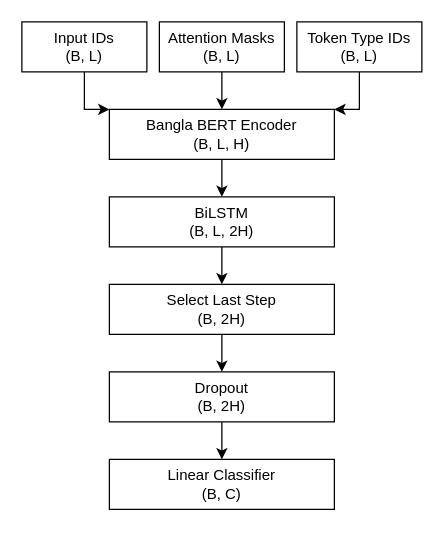
Before: bertlstm.drawio in oitik/drawio, a draw.io diagram. Source tidied: cells renumbered, new cells numbered last; positions are measured from the earlier drawing's top-left corner, leaving out a move shared by most shapes. Both pictures are drawn from the tidied source at 125%, with x=0, y=0 at pixel (21, 21).
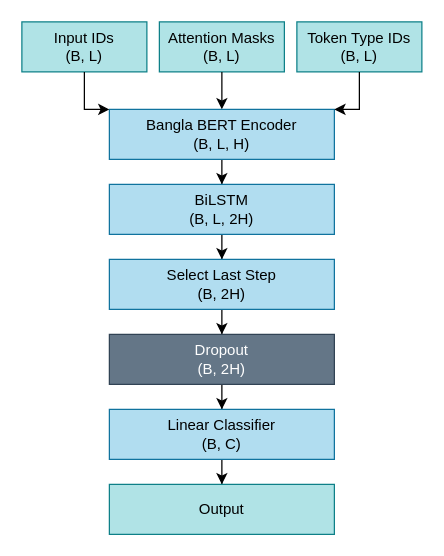
After the change.

What changed in the source:
```diff
@@
-    <mxCell id="2" value="Input IDs&lt;div&gt;(B, L)&lt;/div&gt;" style="rounded=0;whiteSpace=wrap;html=1;" parent="1" vertex="1">
+    <mxCell id="2" value="Input IDs&lt;div&gt;(B, L)&lt;/div&gt;" style="rounded=0;whiteSpace=wrap;html=1;fillColor=#b0e3e6;strokeColor=#0e8088;" parent="1" vertex="1">
       <mxGeometry width="100" height="40" as="geometry" />
     </mxCell>
@@
-    <mxCell id="4" value="Bangla BERT Encoder&lt;div&gt;(B, L, H)&lt;/div&gt;" style="rounded=0;whiteSpace=wrap;html=1;" parent="1" vertex="1">
+    <mxCell id="4" value="Bangla BERT Encoder&lt;div&gt;(B, L, H)&lt;/div&gt;" style="rounded=0;whiteSpace=wrap;html=1;fillColor=#b1ddf0;strokeColor=#10739e;" parent="1" vertex="1">
       <mxGeometry x="70" y="70" width="180" height="40" as="geometry" />
     </mxCell>
@@
-    <mxCell id="6" value="BiLSTM&lt;div&gt;(B, L, 2H)&lt;/div&gt;" style="rounded=0;whiteSpace=wrap;html=1;" parent="1" vertex="1">
-      <mxGeometry x="70" y="140" width="180" height="40" as="geometry" />
+    <mxCell id="6" value="BiLSTM&lt;div&gt;(B, L, 2H)&lt;/div&gt;" style="rounded=0;whiteSpace=wrap;html=1;fillColor=#b1ddf0;strokeColor=#10739e;" parent="1" vertex="1">
+      <mxGeometry x="70" y="130" width="180" height="40" as="geometry" />
     </mxCell>
@@
-    <mxCell id="8" value="&lt;div&gt;Select Last Step&lt;/div&gt;&lt;div&gt;(B, 2H)&lt;/div&gt;" style="rounded=0;whiteSpace=wrap;html=1;" parent="1" vertex="1">
-      <mxGeometry x="70" y="210" width="180" height="40" as="geometry" />
+    <mxCell id="8" value="&lt;div&gt;Select Last Step&lt;/div&gt;&lt;div&gt;(B, 2H)&lt;/div&gt;" style="rounded=0;whiteSpace=wrap;html=1;fillColor=#b1ddf0;strokeColor=#10739e;" parent="1" vertex="1">
+      <mxGeometry x="70" y="190" width="180" height="40" as="geometry" />
     </mxCell>
@@
-    <mxCell id="10" value="&lt;div&gt;Dropout&lt;/div&gt;&lt;div&gt;(B, 2H)&lt;br&gt;&lt;/div&gt;" style="rounded=0;whiteSpace=wrap;html=1;" parent="1" vertex="1">
-      <mxGeometry x="70" y="280" width="180" height="40" as="geometry" />
+    <mxCell id="10" value="&lt;div&gt;Dropout&lt;/div&gt;&lt;div&gt;(B, 2H)&lt;br&gt;&lt;/div&gt;" style="rounded=0;whiteSpace=wrap;html=1;fillColor=#647687;fontColor=#ffffff;strokeColor=#314354;" parent="1" vertex="1">
+      <mxGeometry x="70" y="250" width="180" height="40" as="geometry" />
     </mxCell>
+    <mxCell id="17" style="edgeStyle=orthogonalEdgeStyle;rounded=0;jettySize=auto;html=1;" parent="1" edge="1" source="11" target="18">
+      <mxGeometry relative="1" as="geometry" />
+    </mxCell>
-    <mxCell id="11" value="&lt;div&gt;Linear Classifier&lt;/div&gt;&lt;div&gt;(B, C)&lt;br&gt;&lt;/div&gt;" style="rounded=0;whiteSpace=wrap;html=1;" parent="1" vertex="1">
-      <mxGeometry x="70" y="350" width="180" height="40" as="geometry" />
+    <mxCell id="11" value="&lt;div&gt;Linear Classifier&lt;/div&gt;&lt;div&gt;(B, C)&lt;br&gt;&lt;/div&gt;" style="rounded=0;whiteSpace=wrap;html=1;fillColor=#b1ddf0;strokeColor=#10739e;" parent="1" vertex="1">
+      <mxGeometry x="70" y="310" width="180" height="40" as="geometry" />
     </mxCell>
-    <mxCell id="12" value="Token Type IDs&lt;div&gt;(B, L)&lt;/div&gt;" style="rounded=0;whiteSpace=wrap;html=1;" parent="1" vertex="1">
+    <mxCell id="12" value="Token Type IDs&lt;div&gt;(B, L)&lt;/div&gt;" style="rounded=0;whiteSpace=wrap;html=1;fillColor=#b0e3e6;strokeColor=#0e8088;" parent="1" vertex="1">
       <mxGeometry x="220" width="100" height="40" as="geometry" />
     </mxCell>
-    <mxCell id="13" value="&lt;div&gt;Attention Masks&lt;/div&gt;&lt;div&gt;(B, L)&lt;/div&gt;" style="rounded=0;whiteSpace=wrap;html=1;" parent="1" vertex="1">
+    <mxCell id="13" value="&lt;div&gt;Attention Masks&lt;/div&gt;&lt;div&gt;(B, L)&lt;/div&gt;" style="rounded=0;whiteSpace=wrap;html=1;fillColor=#b0e3e6;strokeColor=#0e8088;" parent="1" vertex="1">
       <mxGeometry x="110" width="100" height="40" as="geometry" />
     </mxCell>
@@
+    <mxCell id="18" value="&lt;div&gt;Output&lt;br&gt;&lt;/div&gt;" style="rounded=0;whiteSpace=wrap;html=1;fillColor=#b0e3e6;strokeColor=#0e8088;" parent="1" vertex="1">
+      <mxGeometry x="70" y="370" width="180" height="40" as="geometry" />
+    </mxCell>
```
